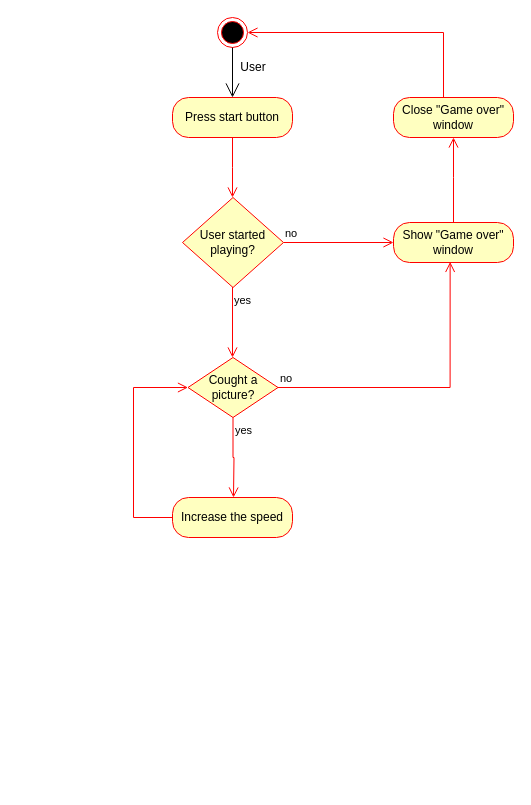
This is Activity.drawio from HeliHaavisto/diagrams, a draw.io file, before an edit. Source tidied: cells renumbered, new cells numbered last; positions are measured from the earlier drawing's top-left corner, leaving out a move shared by most shapes. Both pictures are drawn from the tidied source at 100%, with x=0, y=0 at pixel (133, 17).
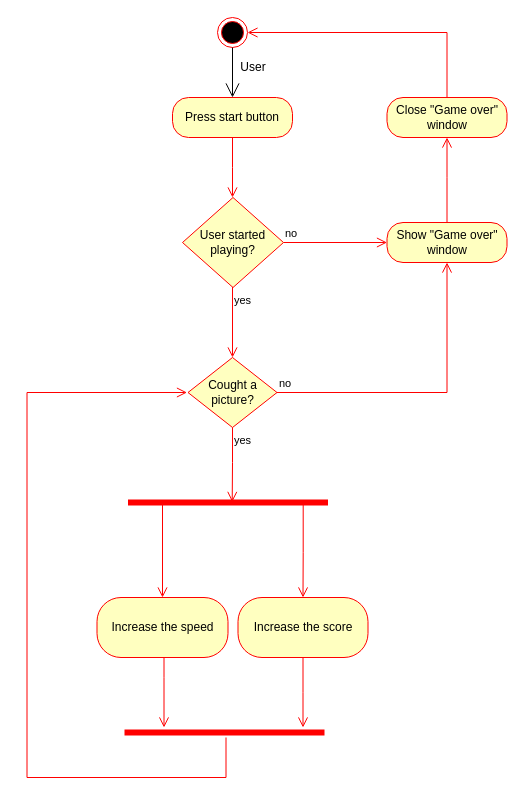
The same diagram, later.

The change refers to these unchanged cells:
```xml
<mxCell id="2" style="ellipse;html=1;shape=endState;fillColor=#000000;strokeColor=#ff0000;" parent="1" vertex="1">
  <mxGeometry x="84" width="30" height="30" as="geometry" />
</mxCell>
```

What changed in the source:
```diff
@@
     <mxCell id="10" value="Show &quot;Game over&quot; window" style="rounded=1;whiteSpace=wrap;html=1;arcSize=40;fontColor=#000000;fillColor=#ffffc0;strokeColor=#ff0000;" parent="1" vertex="1">
-      <mxGeometry x="260" y="205" width="120" height="40" as="geometry" />
+      <mxGeometry x="253.5" y="205" width="120" height="40" as="geometry" />
     </mxCell>
     <mxCell id="11" style="edgeStyle=orthogonalEdgeStyle;html=1;verticalAlign=bottom;endArrow=open;endSize=8;strokeColor=#ff0000;rounded=0;entryX=0.5;entryY=1;entryDx=0;entryDy=0;" parent="1" edge="1" source="10" target="12">
       <mxGeometry relative="1" as="geometry">
         <Array as="points">
-          <mxPoint x="320" y="160" />
-          <mxPoint x="320" y="160" />
+          <mxPoint x="313.5" y="160" />
+          <mxPoint x="313.5" y="160" />
         </Array>
       </mxGeometry>
     </mxCell>
     <mxCell id="12" value="Close &quot;Game over&quot; window" style="rounded=1;whiteSpace=wrap;html=1;arcSize=40;fontColor=#000000;fillColor=#ffffc0;strokeColor=#ff0000;" parent="1" vertex="1">
-      <mxGeometry x="260" y="80" width="120" height="40" as="geometry" />
+      <mxGeometry x="253.5" y="80" width="120" height="40" as="geometry" />
     </mxCell>
     <mxCell id="13" style="edgeStyle=orthogonalEdgeStyle;html=1;verticalAlign=bottom;endArrow=open;endSize=8;strokeColor=#ff0000;rounded=0;entryX=1;entryY=0.5;entryDx=0;entryDy=0;" parent="1" edge="1" source="12" target="2">
       <mxGeometry relative="1" as="geometry">
         <Array as="points">
-          <mxPoint x="310" y="15" />
+          <mxPoint x="313.5" y="15" />
         </Array>
       </mxGeometry>
     </mxCell>
+    <mxCell id="17" value="Increase the speed" style="rounded=1;whiteSpace=wrap;html=1;arcSize=40;fontColor=#000000;fillColor=#ffffc0;strokeColor=#ff0000;" parent="1" vertex="1">
+      <mxGeometry x="-36.5" y="580" width="131" height="60" as="geometry" />
+    </mxCell>
+    <mxCell id="19" value="Increase the score" style="rounded=1;whiteSpace=wrap;html=1;arcSize=40;fontColor=#000000;fillColor=#ffffc0;strokeColor=#ff0000;" parent="1" vertex="1">
+      <mxGeometry x="104.5" y="580" width="130" height="60" as="geometry" />
+    </mxCell>
+    <mxCell id="20" style="shape=line;html=1;strokeWidth=6;strokeColor=#ff0000;" parent="1" vertex="1">
+      <mxGeometry x="-5.5" y="480" width="200" height="10" as="geometry" />
+    </mxCell>
+    <mxCell id="21" style="edgeStyle=orthogonalEdgeStyle;html=1;verticalAlign=bottom;endArrow=open;endSize=8;strokeColor=#ff0000;rounded=0;entryX=0.5;entryY=0;entryDx=0;entryDy=0;exitX=0.876;exitY=0.483;exitDx=0;exitDy=0;exitPerimeter=0;" parent="1" edge="1" source="20" target="19">
+      <mxGeometry relative="1" as="geometry" />
+    </mxCell>
+    <mxCell id="22" style="edgeStyle=orthogonalEdgeStyle;html=1;verticalAlign=bottom;endArrow=open;endSize=8;strokeColor=#ff0000;rounded=0;entryX=0.5;entryY=0;entryDx=0;entryDy=0;exitX=0.197;exitY=0.414;exitDx=0;exitDy=0;exitPerimeter=0;" parent="1" edge="1" source="20">
+      <mxGeometry relative="1" as="geometry">
+        <mxPoint x="29" y="580" as="targetPoint" />
+        <Array as="points">
+          <mxPoint x="28.5" y="484" />
+        </Array>
+      </mxGeometry>
+    </mxCell>
+    <mxCell id="23" style="shape=line;html=1;strokeWidth=6;strokeColor=#ff0000;" parent="1" vertex="1">
+      <mxGeometry x="-9" y="710" width="200" height="10" as="geometry" />
+    </mxCell>
+    <mxCell id="24" style="edgeStyle=orthogonalEdgeStyle;html=1;verticalAlign=bottom;endArrow=open;endSize=8;strokeColor=#ff0000;rounded=0;" parent="1" edge="1" source="23">
+      <mxGeometry relative="1" as="geometry">
+        <mxPoint x="53.5" y="375" as="targetPoint" />
+        <Array as="points">
+          <mxPoint x="92.5" y="760" />
+          <mxPoint x="-106.5" y="760" />
+          <mxPoint x="-106.5" y="375" />
+        </Array>
+      </mxGeometry>
+    </mxCell>
+    <mxCell id="25" style="edgeStyle=orthogonalEdgeStyle;html=1;verticalAlign=bottom;endArrow=open;endSize=8;strokeColor=#ff0000;rounded=0;exitX=0.5;exitY=1;exitDx=0;exitDy=0;" parent="1" edge="1" source="19">
+      <mxGeometry relative="1" as="geometry">
+        <mxPoint x="169.5" y="710" as="targetPoint" />
+      </mxGeometry>
+    </mxCell>
+    <mxCell id="26" style="edgeStyle=orthogonalEdgeStyle;html=1;verticalAlign=bottom;endArrow=open;endSize=8;strokeColor=#ff0000;rounded=0;exitX=0.5;exitY=1;exitDx=0;exitDy=0;" parent="1" edge="1">
+      <mxGeometry relative="1" as="geometry">
+        <mxPoint x="30.5" y="640" as="sourcePoint" />
+        <mxPoint x="30.5" y="710" as="targetPoint" />
+        <Array as="points">
+          <mxPoint x="30.5" y="660" />
+          <mxPoint x="30.5" y="660" />
+        </Array>
+      </mxGeometry>
+    </mxCell>
     <mxCell id="14" value="Cought a picture?" style="rhombus;whiteSpace=wrap;html=1;fillColor=#ffffc0;strokeColor=#ff0000;" parent="1" vertex="1">
-      <mxGeometry x="54.5" y="340" width="90" height="60" as="geometry" />
+      <mxGeometry x="54.5" y="340" width="89" height="70" as="geometry" />
     </mxCell>
-    <mxCell id="15" value="no" style="edgeStyle=orthogonalEdgeStyle;html=1;align=left;verticalAlign=bottom;endArrow=open;endSize=8;strokeColor=#ff0000;rounded=0;entryX=0.472;entryY=0.986;entryDx=0;entryDy=0;entryPerimeter=0;" parent="1" edge="1" source="14" target="10">
-      <mxGeometry x="-1" relative="1" as="geometry">
-        <Array as="points">
-          <mxPoint x="317" y="370" />
-        </Array>
-      </mxGeometry>
+    <mxCell id="15" value="no" style="edgeStyle=orthogonalEdgeStyle;html=1;align=left;verticalAlign=bottom;endArrow=open;endSize=8;strokeColor=#ff0000;rounded=0;entryX=0.5;entryY=1;entryDx=0;entryDy=0;" parent="1" edge="1" source="14" target="10">
+      <mxGeometry x="-1" relative="1" as="geometry" />
     </mxCell>
-    <mxCell id="16" value="yes" style="edgeStyle=orthogonalEdgeStyle;html=1;align=left;verticalAlign=top;endArrow=open;endSize=8;strokeColor=#ff0000;rounded=0;" parent="1" edge="1" source="14">
-      <mxGeometry x="-1" relative="1" as="geometry">
-        <mxPoint x="100" y="480" as="targetPoint" />
-      </mxGeometry>
+    <mxCell id="16" value="yes" style="edgeStyle=orthogonalEdgeStyle;html=1;align=left;verticalAlign=top;endArrow=open;endSize=8;strokeColor=#ff0000;rounded=0;entryX=0.521;entryY=0.443;entryDx=0;entryDy=0;entryPerimeter=0;" parent="1" edge="1" source="14" target="20">
+      <mxGeometry x="-1" relative="1" as="geometry" />
     </mxCell>
-    <mxCell id="17" value="Increase the speed" style="rounded=1;whiteSpace=wrap;html=1;arcSize=40;fontColor=#000000;fillColor=#ffffc0;strokeColor=#ff0000;" parent="1" vertex="1">
-      <mxGeometry x="39" y="480" width="120" height="40" as="geometry" />
-    </mxCell>
-    <mxCell id="18" style="edgeStyle=orthogonalEdgeStyle;html=1;verticalAlign=bottom;endArrow=open;endSize=8;strokeColor=#ff0000;rounded=0;entryX=0;entryY=0.5;entryDx=0;entryDy=0;" parent="1" edge="1" source="17" target="14">
-      <mxGeometry relative="1" as="geometry">
-        <Array as="points">
-          <mxPoint y="500" />
-          <mxPoint y="370" />
-        </Array>
-      </mxGeometry>
-    </mxCell>
```
